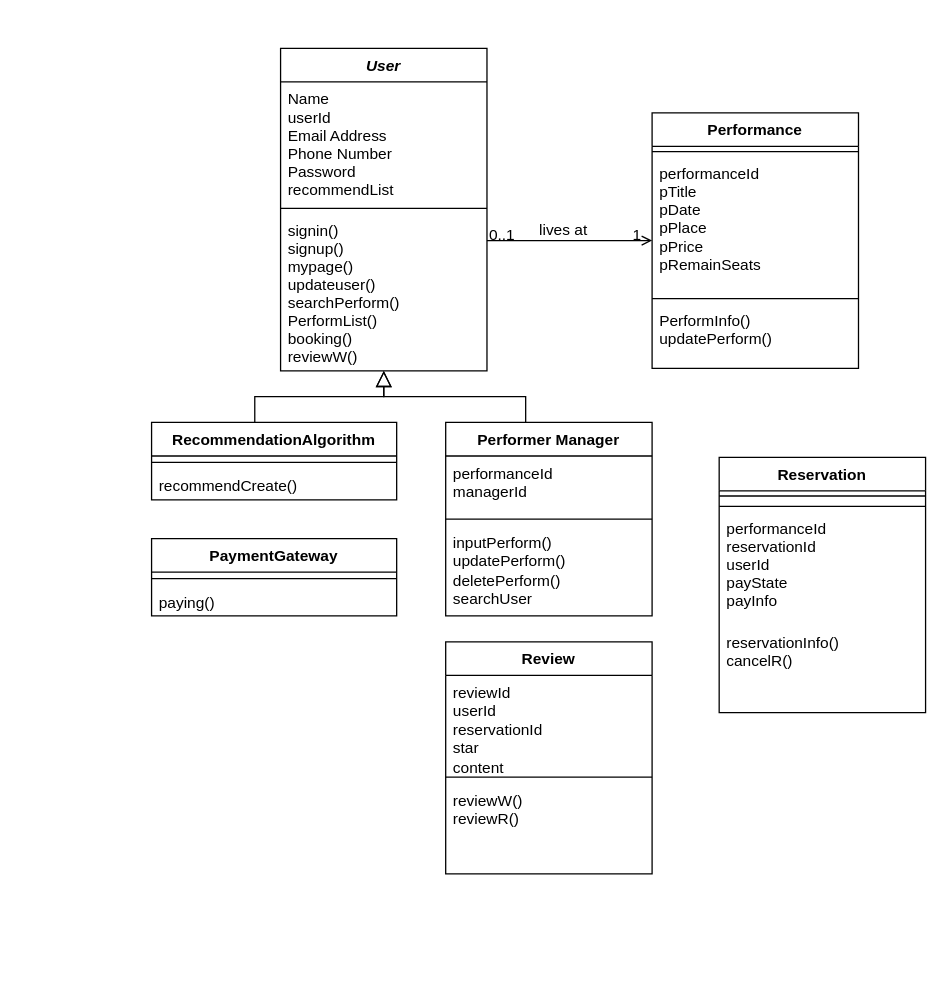
The draw.io diagram class.drawio in wngml02/UML, before the edit. Source tidied: cells renumbered, new cells numbered last; positions are measured from the earlier drawing's top-left corner, leaving out a move shared by most shapes. Both pictures are drawn from the tidied source at 129%, with x=0, y=0 at pixel (151, 48).
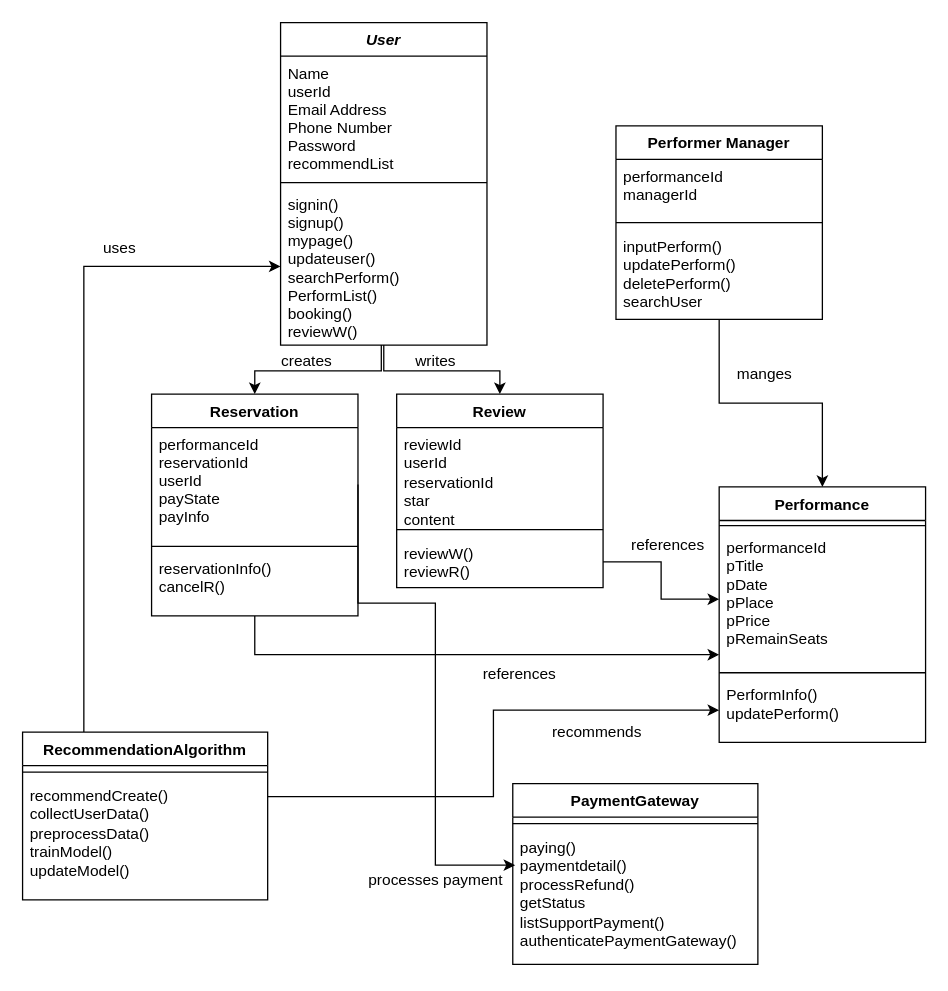
Above is the later version.

Unchanged cells that the change refers to:
```xml
<mxCell id="5" value="signin()&#10;signup()&#10;mypage()&#10;updateuser()&#10;searchPerform()&#10;PerformList()&#10;booking()&#10;reviewW()" style="text;align=left;verticalAlign=top;spacingLeft=4;spacingRight=4;overflow=hidden;points=[[0,0.5],[1,0.5]];portConstraint=eastwest;" parent="2" vertex="1">
  <mxGeometry y="128" width="160" height="122" as="geometry" />
</mxCell>
<mxCell id="10" value="performanceId&#10;pTitle&#10;pDate&#10;pPlace&#10;pPrice&#10;pRemainSeats" style="text;align=left;verticalAlign=top;spacingLeft=4;spacingRight=4;overflow=hidden;points=[[0,0.5],[1,0.5]];portConstraint=eastwest;" parent="8" vertex="1">
  <mxGeometry y="34" width="160" height="106" as="geometry" />
</mxCell>
<mxCell id="12" value="PerformInfo()&#10;updatePerform()" style="text;align=left;verticalAlign=top;spacingLeft=4;spacingRight=4;overflow=hidden;points=[[0,0.5],[1,0.5]];portConstraint=eastwest;" parent="8" vertex="1">
  <mxGeometry y="148" width="160" height="50" as="geometry" />
</mxCell>
```

Diff of the diagram source:
```diff
@@
+    <mxCell id="36" style="edgeStyle=orthogonalEdgeStyle;rounded=0;jettySize=auto;html=1;exitX=0.488;exitY=1;exitDx=0;exitDy=0;entryX=0.5;entryY=0;entryDx=0;entryDy=0;exitPerimeter=0;" parent="1" edge="1" source="5" target="21">
+      <mxGeometry relative="1" as="geometry" />
+    </mxCell>
+    <mxCell id="37" style="edgeStyle=orthogonalEdgeStyle;rounded=0;jettySize=auto;html=1;exitX=0.5;exitY=1;exitDx=0;exitDy=0;" parent="1" edge="1" source="2" target="26">
+      <mxGeometry relative="1" as="geometry" />
+    </mxCell>
     <mxCell id="2" value="User" style="swimlane;fontStyle=3;align=center;verticalAlign=top;horizontal=1;startSize=26;rounded=0;shadow=0;strokeWidth=1;" parent="1" vertex="1">
-      <mxGeometry x="100" width="160" height="250" as="geometry" />
+      <mxGeometry x="100" y="-20" width="160" height="250" as="geometry" />
     </mxCell>
@@
-    <mxCell id="6" style="endArrow=block;endSize=10;endFill=0;shadow=0;strokeWidth=1;rounded=0;curved=0;edgeStyle=elbowEdgeStyle;elbow=vertical;" parent="1" edge="1" target="2">
-      <mxGeometry relative="1" as="geometry">
-        <mxPoint x="80" y="290" as="sourcePoint" />
-      </mxGeometry>
-    </mxCell>
-    <mxCell id="7" style="endArrow=block;endSize=10;endFill=0;shadow=0;strokeWidth=1;rounded=0;curved=0;edgeStyle=elbowEdgeStyle;elbow=vertical;" parent="1" edge="1" target="2">
-      <mxGeometry relative="1" as="geometry">
-        <mxPoint x="290" y="290" as="sourcePoint" />
-      </mxGeometry>
-    </mxCell>
     <mxCell id="8" value="Performance" style="swimlane;fontStyle=1;align=center;verticalAlign=top;horizontal=1;startSize=26;rounded=0;shadow=0;strokeWidth=1;" parent="1" vertex="1">
-      <mxGeometry x="388" y="50" width="160" height="198" as="geometry" />
+      <mxGeometry x="440" y="340" width="160" height="198" as="geometry" />
     </mxCell>
@@
-    <mxCell id="13" style="endArrow=open;shadow=0;strokeWidth=1;rounded=0;curved=0;endFill=1;edgeStyle=elbowEdgeStyle;elbow=vertical;" parent="1" edge="1" source="2" target="8">
-      <mxGeometry x="0.5" y="41" relative="1" as="geometry">
-        <mxPoint x="-40" y="32" as="offset" />
-      </mxGeometry>
-    </mxCell>
-    <mxCell id="14" value="0..1" style="align=left;verticalAlign=bottom;labelBackgroundColor=none;fontSize=12;" parent="13" vertex="1">
-      <mxGeometry x="-1" relative="1" as="geometry">
-        <mxPoint y="4" as="offset" />
-      </mxGeometry>
-    </mxCell>
-    <mxCell id="15" value="1" style="align=right;verticalAlign=bottom;labelBackgroundColor=none;fontSize=12;" parent="13" vertex="1">
-      <mxGeometry x="1" relative="1" as="geometry">
-        <mxPoint x="-7" y="4" as="offset" />
-      </mxGeometry>
-    </mxCell>
-    <mxCell id="16" value="lives at" style="text;html=1;align=center;verticalAlign=middle;labelBackgroundColor=none;rounded=0;shadow=0;strokeWidth=1;fontSize=12;" parent="13" vertex="1">
-      <mxGeometry x="0.5" y="49" relative="1" as="geometry">
-        <mxPoint x="-38" y="40" as="offset" />
-      </mxGeometry>
-    </mxCell>
+    <mxCell id="38" style="edgeStyle=orthogonalEdgeStyle;rounded=0;jettySize=auto;html=1;exitX=0.5;exitY=1;exitDx=0;exitDy=0;" parent="1" edge="1" source="17" target="8">
+      <mxGeometry relative="1" as="geometry" />
+    </mxCell>
     <mxCell id="17" value="Performer Manager" style="swimlane;fontStyle=1;align=center;verticalAlign=top;horizontal=1;startSize=26;whiteSpace=wrap;html=1;" parent="1" vertex="1">
-      <mxGeometry x="228" y="290" width="160" height="150" as="geometry" />
+      <mxGeometry x="360" y="60" width="160" height="150" as="geometry" />
     </mxCell>
@@
     <mxCell id="21" value="Reservation" style="swimlane;fontStyle=1;align=center;verticalAlign=top;horizontal=1;startSize=26;rounded=0;shadow=0;strokeWidth=1;" parent="1" vertex="1">
-      <mxGeometry x="440" y="317" width="160" height="198" as="geometry" />
+      <mxGeometry y="268" width="160" height="172" as="geometry" />
     </mxCell>
-    <mxCell id="22" style="line;html=1;strokeWidth=1;align=left;verticalAlign=middle;spacingTop=-1;spacingLeft=3;spacingRight=3;labelPosition=right;" parent="21" vertex="1">
-      <mxGeometry y="26" width="160" height="8" as="geometry" />
-    </mxCell>
+    <mxCell id="24" value="performanceId&#10;reservationId&#10;userId&#10;payState&#10;payInfo&#10;" style="text;align=left;verticalAlign=top;spacingLeft=4;spacingRight=4;overflow=hidden;points=[[0,0.5],[1,0.5]];portConstraint=eastwest;" parent="21" vertex="1">
+      <mxGeometry y="26" width="160" height="88" as="geometry" />
+    </mxCell>
     <mxCell id="23" style="line;html=1;strokeWidth=1;align=left;verticalAlign=middle;spacingTop=-1;spacingLeft=3;spacingRight=3;labelPosition=right;" parent="21" vertex="1">
-      <mxGeometry y="34" width="160" height="8" as="geometry" />
+      <mxGeometry y="114" width="160" height="8" as="geometry" />
     </mxCell>
-    <mxCell id="24" value="performanceId&#10;reservationId&#10;userId&#10;payState&#10;payInfo&#10;" style="text;align=left;verticalAlign=top;spacingLeft=4;spacingRight=4;overflow=hidden;points=[[0,0.5],[1,0.5]];portConstraint=eastwest;" parent="21" vertex="1">
-      <mxGeometry y="42" width="160" height="88" as="geometry" />
-    </mxCell>
     <mxCell id="25" value="reservationInfo()&#10;cancelR()" style="text;align=left;verticalAlign=top;spacingLeft=4;spacingRight=4;overflow=hidden;" parent="21" vertex="1">
-      <mxGeometry y="130" width="160" height="50" as="geometry" />
+      <mxGeometry y="122" width="160" height="38" as="geometry" />
     </mxCell>
     <mxCell id="26" value="Review" style="swimlane;fontStyle=1;align=center;verticalAlign=top;horizontal=1;startSize=26;whiteSpace=wrap;html=1;" parent="1" vertex="1">
-      <mxGeometry x="228" y="460" width="160" height="180" as="geometry" />
+      <mxGeometry x="190" y="268" width="160" height="150" as="geometry" />
     </mxCell>
@@
     <mxCell id="29" value="reviewW()&lt;div&gt;reviewR()&lt;/div&gt;" style="text;strokeColor=none;fillColor=none;align=left;verticalAlign=top;spacingLeft=4;spacingRight=4;overflow=hidden;points=[[0,0.5],[1,0.5]];portConstraint=eastwest;whiteSpace=wrap;html=1;" parent="26" vertex="1">
-      <mxGeometry y="110" width="160" height="70" as="geometry" />
+      <mxGeometry y="110" width="160" height="40" as="geometry" />
     </mxCell>
+    <mxCell id="39" style="edgeStyle=orthogonalEdgeStyle;rounded=0;jettySize=auto;html=1;exitX=0.25;exitY=0;exitDx=0;exitDy=0;" parent="1" edge="1" source="30" target="5">
+      <mxGeometry relative="1" as="geometry" />
+    </mxCell>
+    <mxCell id="40" style="edgeStyle=orthogonalEdgeStyle;rounded=0;jettySize=auto;html=1;" parent="1" edge="1" source="32" target="12">
+      <mxGeometry relative="1" as="geometry">
+        <Array as="points">
+          <mxPoint x="265" y="580" />
+          <mxPoint x="265" y="513" />
+        </Array>
+      </mxGeometry>
+    </mxCell>
     <mxCell id="30" value="RecommendationAlgorithm" style="swimlane;fontStyle=1;align=center;verticalAlign=top;horizontal=1;startSize=26;whiteSpace=wrap;html=1;" parent="1" vertex="1">
-      <mxGeometry y="290" width="190" height="60" as="geometry" />
+      <mxGeometry x="-100" y="530" width="190" height="130" as="geometry" />
     </mxCell>
@@
-    <mxCell id="32" value="recommendCreate()" style="text;strokeColor=none;fillColor=none;align=left;verticalAlign=top;spacingLeft=4;spacingRight=4;overflow=hidden;points=[[0,0.5],[1,0.5]];portConstraint=eastwest;whiteSpace=wrap;html=1;" parent="30" vertex="1">
-      <mxGeometry y="36" width="190" height="24" as="geometry" />
+    <mxCell id="32" value="recommendCreate()&lt;div&gt;collectUserData()&lt;/div&gt;&lt;div&gt;preprocessData()&lt;/div&gt;&lt;div&gt;trainModel()&lt;/div&gt;&lt;div&gt;updateModel()&lt;/div&gt;" style="text;strokeColor=none;fillColor=none;align=left;verticalAlign=top;spacingLeft=4;spacingRight=4;overflow=hidden;points=[[0,0.5],[1,0.5]];portConstraint=eastwest;whiteSpace=wrap;html=1;" parent="30" vertex="1">
+      <mxGeometry y="36" width="190" height="94" as="geometry" />
     </mxCell>
     <mxCell id="33" value="PaymentGateway" style="swimlane;fontStyle=1;align=center;verticalAlign=top;horizontal=1;startSize=26;whiteSpace=wrap;html=1;" parent="1" vertex="1">
-      <mxGeometry y="380" width="190" height="60" as="geometry" />
+      <mxGeometry x="280" y="570" width="190" height="140" as="geometry" />
     </mxCell>
@@
-    <mxCell id="35" value="paying()" style="text;strokeColor=none;fillColor=none;align=left;verticalAlign=top;spacingLeft=4;spacingRight=4;overflow=hidden;points=[[0,0.5],[1,0.5]];portConstraint=eastwest;whiteSpace=wrap;html=1;" parent="33" vertex="1">
-      <mxGeometry y="36" width="190" height="24" as="geometry" />
+    <mxCell id="35" value="paying()&lt;div&gt;paymentdetail()&lt;/div&gt;&lt;div&gt;processRefund()&lt;/div&gt;&lt;div&gt;getStatus&lt;/div&gt;&lt;div&gt;listSupportPayment()&lt;/div&gt;&lt;div&gt;authenticatePaymentGateway()&lt;/div&gt;" style="text;strokeColor=none;fillColor=none;align=left;verticalAlign=top;spacingLeft=4;spacingRight=4;overflow=hidden;points=[[0,0.5],[1,0.5]];portConstraint=eastwest;whiteSpace=wrap;html=1;" parent="33" vertex="1">
+      <mxGeometry y="36" width="190" height="104" as="geometry" />
     </mxCell>
+    <mxCell id="41" value="manges" style="text;html=1;align=center;verticalAlign=middle;strokeColor=none;fillColor=none;" parent="1" vertex="1">
+      <mxGeometry x="440" y="238" width="70" height="30" as="geometry" />
+    </mxCell>
+    <mxCell id="42" value="creates" style="text;html=1;align=center;verticalAlign=middle;strokeColor=none;fillColor=none;" parent="1" vertex="1">
+      <mxGeometry x="90" y="228" width="60" height="30" as="geometry" />
+    </mxCell>
+    <mxCell id="43" value="writes" style="text;html=1;align=center;verticalAlign=middle;strokeColor=none;fillColor=none;" parent="1" vertex="1">
+      <mxGeometry x="195" y="228" width="50" height="30" as="geometry" />
+    </mxCell>
+    <mxCell id="44" style="edgeStyle=orthogonalEdgeStyle;rounded=0;jettySize=auto;html=1;exitX=0.5;exitY=1;exitDx=0;exitDy=0;entryX=0;entryY=0.906;entryDx=0;entryDy=0;entryPerimeter=0;" parent="1" edge="1" source="21" target="10">
+      <mxGeometry relative="1" as="geometry" />
+    </mxCell>
+    <mxCell id="45" style="edgeStyle=orthogonalEdgeStyle;rounded=0;jettySize=auto;html=1;" parent="1" edge="1" source="29" target="10">
+      <mxGeometry relative="1" as="geometry" />
+    </mxCell>
+    <mxCell id="46" value="references" style="text;html=1;align=center;verticalAlign=middle;strokeColor=none;fillColor=none;" parent="1" vertex="1">
+      <mxGeometry x="245" y="470" width="80" height="30" as="geometry" />
+    </mxCell>
+    <mxCell id="47" value="references" style="text;html=1;align=center;verticalAlign=middle;strokeColor=none;fillColor=none;" parent="1" vertex="1">
+      <mxGeometry x="360" y="370" width="80" height="30" as="geometry" />
+    </mxCell>
+    <mxCell id="48" value="uses" style="text;html=1;align=center;verticalAlign=middle;strokeColor=none;fillColor=none;" parent="1" vertex="1">
+      <mxGeometry x="-50" y="140" width="50" height="30" as="geometry" />
+    </mxCell>
+    <mxCell id="49" value="recommends" style="text;html=1;align=center;verticalAlign=middle;strokeColor=none;fillColor=none;" parent="1" vertex="1">
+      <mxGeometry x="300" y="515" width="90" height="30" as="geometry" />
+    </mxCell>
+    <mxCell id="50" style="edgeStyle=orthogonalEdgeStyle;rounded=0;jettySize=auto;html=1;exitX=1;exitY=0.5;exitDx=0;exitDy=0;entryX=0.01;entryY=0.261;entryDx=0;entryDy=0;entryPerimeter=0;" parent="1" edge="1" source="24" target="35">
+      <mxGeometry relative="1" as="geometry">
+        <Array as="points">
+          <mxPoint x="160" y="430" />
+          <mxPoint x="220" y="430" />
+          <mxPoint x="220" y="633" />
+        </Array>
+      </mxGeometry>
+    </mxCell>
+    <mxCell id="51" value="processes payment" style="text;html=1;align=center;verticalAlign=middle;strokeColor=none;fillColor=none;" parent="1" vertex="1">
+      <mxGeometry x="155" y="630" width="130" height="30" as="geometry" />
+    </mxCell>
```
